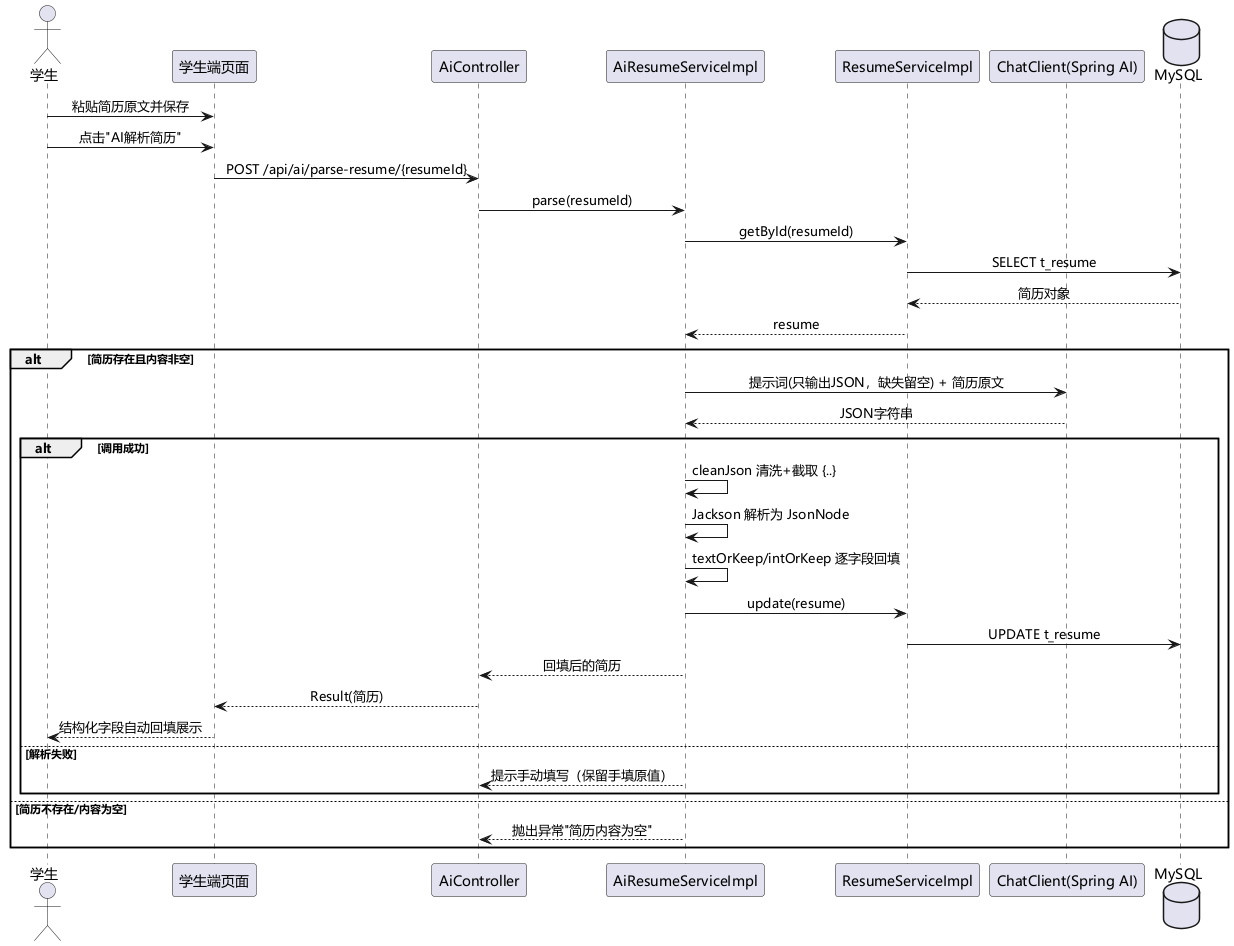
Earlier version of the PlantUML export uml/png/李翔/AI简历解析时序图.png (sheep7-bot/recruit-internship-system). Source of this version:
```plantuml
@startuml AI简历解析时序图
skinparam defaultFontName "Microsoft YaHei"
skinparam sequenceMessageAlign center

actor "学生" as stu
participant "学生端页面" as web
participant "AiController" as ai
participant "AiResumeServiceImpl" as svc
participant "ResumeServiceImpl" as rsvc
participant "ChatClient(Spring AI)" as llm
database "MySQL" as db

stu -> web : 粘贴简历原文并保存
stu -> web : 点击"AI解析简历"
web -> ai : POST /api/ai/parse-resume/{resumeId}
ai -> svc : parse(resumeId)
svc -> rsvc : getById(resumeId)
rsvc -> db : SELECT t_resume
db --> rsvc : 简历对象
rsvc --> svc : resume
alt 简历存在且内容非空
  svc -> llm : 提示词(只输出JSON，缺失留空) + 简历原文
  llm --> svc : JSON字符串
  alt 调用成功
    svc -> svc : cleanJson 清洗+截取 {..}
    svc -> svc : Jackson 解析为 JsonNode
    svc -> svc : textOrKeep/intOrKeep 逐字段回填
    svc -> rsvc : update(resume)
    rsvc -> db : UPDATE t_resume
    svc --> ai : 回填后的简历
    ai --> web : Result(简历)
    web --> stu : 结构化字段自动回填展示
  else 解析失败
    svc --> ai : 提示手动填写（保留手填原值）
  end
else 简历不存在/内容为空
  svc --> ai : 抛出异常"简历内容为空"
end
@enduml
```
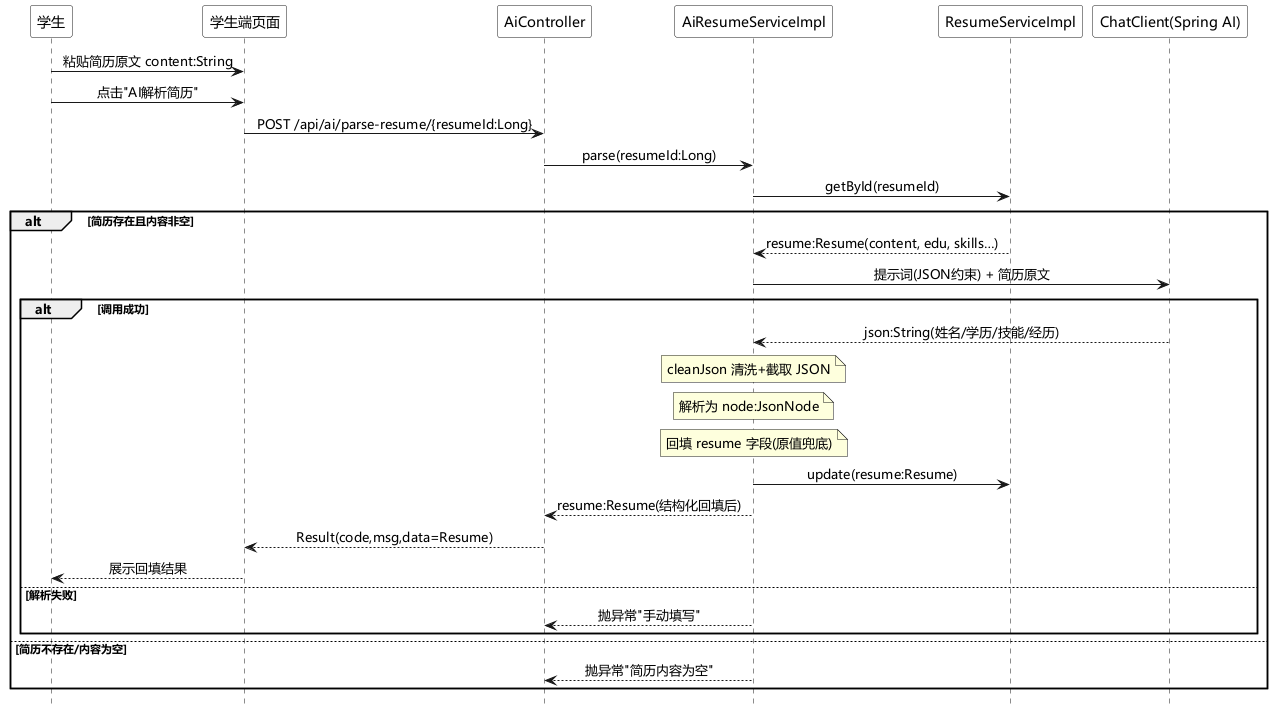
Above is the later version.

Diff of the diagram source:
```diff
@@ -1,39 +1,51 @@
 @startuml AI简历解析时序图
 skinparam defaultFontName "Microsoft YaHei"
+hide footbox
+<style>
+participant {
+  FontColor white
+  BorderColor white
+  BackgroundColor white
+}
+sequenceDiagram {
+  FontColor black
+}
+</style>
 skinparam sequenceMessageAlign center
-
-actor "学生" as stu
+participant "学生" as stu
 participant "学生端页面" as web
 participant "AiController" as ai
 participant "AiResumeServiceImpl" as svc
 participant "ResumeServiceImpl" as rsvc
 participant "ChatClient(Spring AI)" as llm
-database "MySQL" as db
-
-stu -> web : 粘贴简历原文并保存
+stu -> web : 粘贴简历原文 content:String
 stu -> web : 点击"AI解析简历"
-web -> ai : POST /api/ai/parse-resume/{resumeId}
-ai -> svc : parse(resumeId)
+web -> ai : POST /api/ai/parse-resume/{resumeId:Long}
+ai -> svc : parse(resumeId:Long)
 svc -> rsvc : getById(resumeId)
-rsvc -> db : SELECT t_resume
-db --> rsvc : 简历对象
-rsvc --> svc : resume
 alt 简历存在且内容非空
-  svc -> llm : 提示词(只输出JSON，缺失留空) + 简历原文
-  llm --> svc : JSON字符串
+  rsvc --> svc : resume:Resume(content, edu, skills…)
+  svc -> llm : 提示词(JSON约束) + 简历原文
   alt 调用成功
-    svc -> svc : cleanJson 清洗+截取 {..}
-    svc -> svc : Jackson 解析为 JsonNode
-    svc -> svc : textOrKeep/intOrKeep 逐字段回填
-    svc -> rsvc : update(resume)
-    rsvc -> db : UPDATE t_resume
-    svc --> ai : 回填后的简历
-    ai --> web : Result(简历)
-    web --> stu : 结构化字段自动回填展示
+    llm --> svc : json:String(姓名/学历/技能/经历)
+    note over svc
+      cleanJson 清洗+截取 JSON
+    end note
+    note over svc
+      解析为 node:JsonNode
+    end note
+    note over svc
+      回填 resume 字段(原值兜底)
+    end note
+    svc -> rsvc : update(resume:Resume)
+    svc --> ai : resume:Resume(结构化回填后)
+    ai --> web : Result(code,msg,data=Resume)
+    web --> stu : 展示回填结果
   else 解析失败
-    svc --> ai : 提示手动填写（保留手填原值）
+    svc --> ai : 抛异常"手动填写"
   end
 else 简历不存在/内容为空
-  svc --> ai : 抛出异常"简历内容为空"
+  svc --> ai : 抛异常"简历内容为空"
 end
+
 @enduml
```
